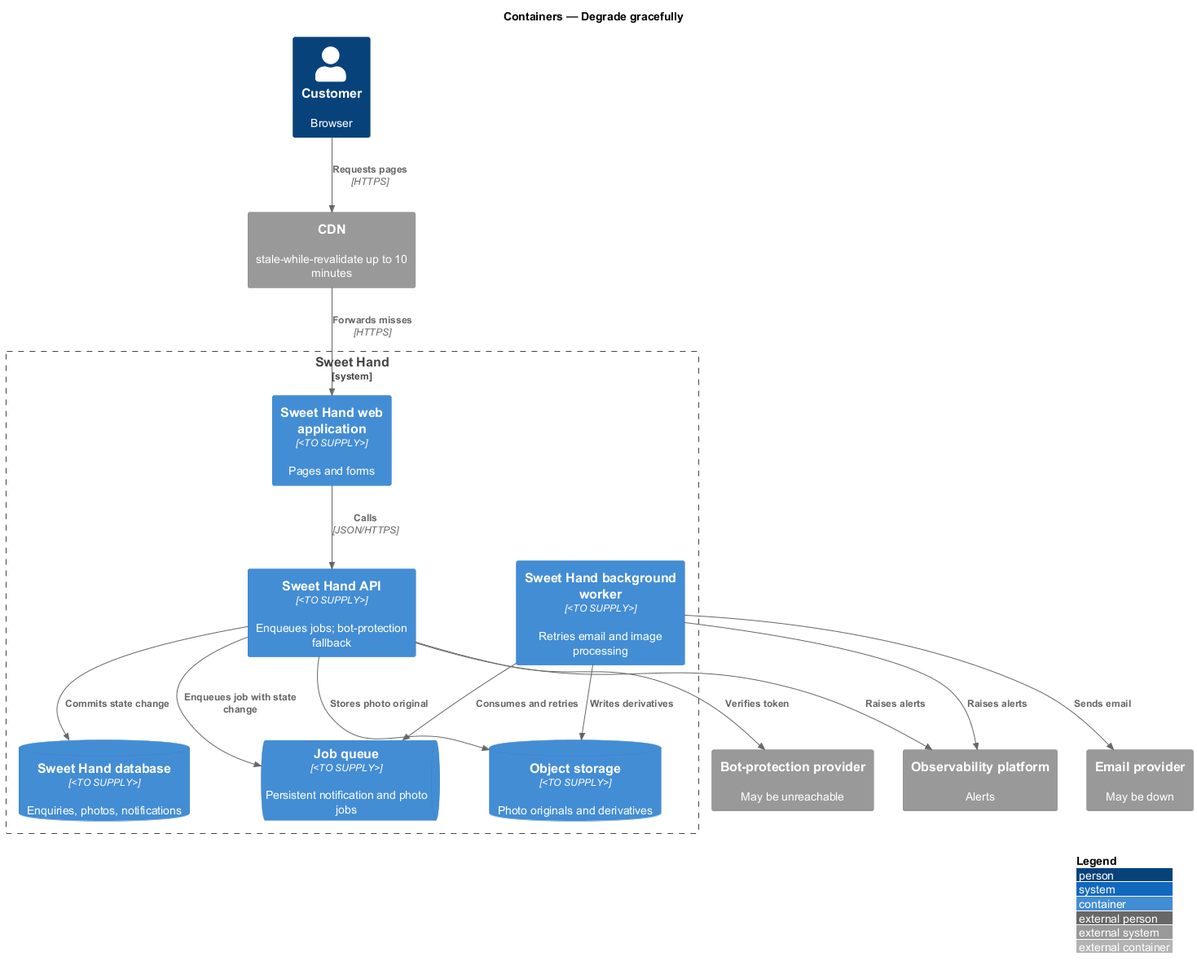
Earlier version of the PlantUML export docs/detailed-designs/platform/degrade-gracefully/diagrams/c4-container.png (QuinntyneBrown/sweet-hand). Its diagram source:
```plantuml
@startuml
!include <C4/C4_Container>
LAYOUT_WITH_LEGEND()
title Containers — Degrade gracefully

Person(customer, "Customer", "Browser")
System_Ext(cdn, "CDN", "stale-while-revalidate up to 10 minutes")
System_Ext(email, "Email provider", "May be down")
System_Ext(bot, "Bot-protection provider", "May be unreachable")
System_Ext(obs, "Observability platform", "Alerts")
System_Boundary(sweethand, "Sweet Hand") {
  Container(web, "Sweet Hand web application", "<TO SUPPLY>", "Pages and forms")
  Container(api, "Sweet Hand API", "<TO SUPPLY>", "Enqueues jobs; bot-protection fallback")
  ContainerDb(db, "Sweet Hand database", "<TO SUPPLY>", "Enquiries, photos, notifications")
  ContainerQueue(queue, "Job queue", "<TO SUPPLY>", "Persistent notification and photo jobs")
  Container(worker, "Sweet Hand background worker", "<TO SUPPLY>", "Retries email and image processing")
  ContainerDb(storage, "Object storage", "<TO SUPPLY>", "Photo originals and derivatives")
}

Rel(customer, cdn, "Requests pages", "HTTPS")
Rel(cdn, web, "Forwards misses", "HTTPS")
Rel(web, api, "Calls", "JSON/HTTPS")
Rel(api, db, "Commits state change")
Rel(api, queue, "Enqueues job with state change")
Rel(api, storage, "Stores photo original")
Rel(api, bot, "Verifies token")
Rel(worker, queue, "Consumes and retries")
Rel(worker, email, "Sends email")
Rel(worker, storage, "Writes derivatives")
Rel(api, obs, "Raises alerts")
Rel(worker, obs, "Raises alerts")
@enduml
```
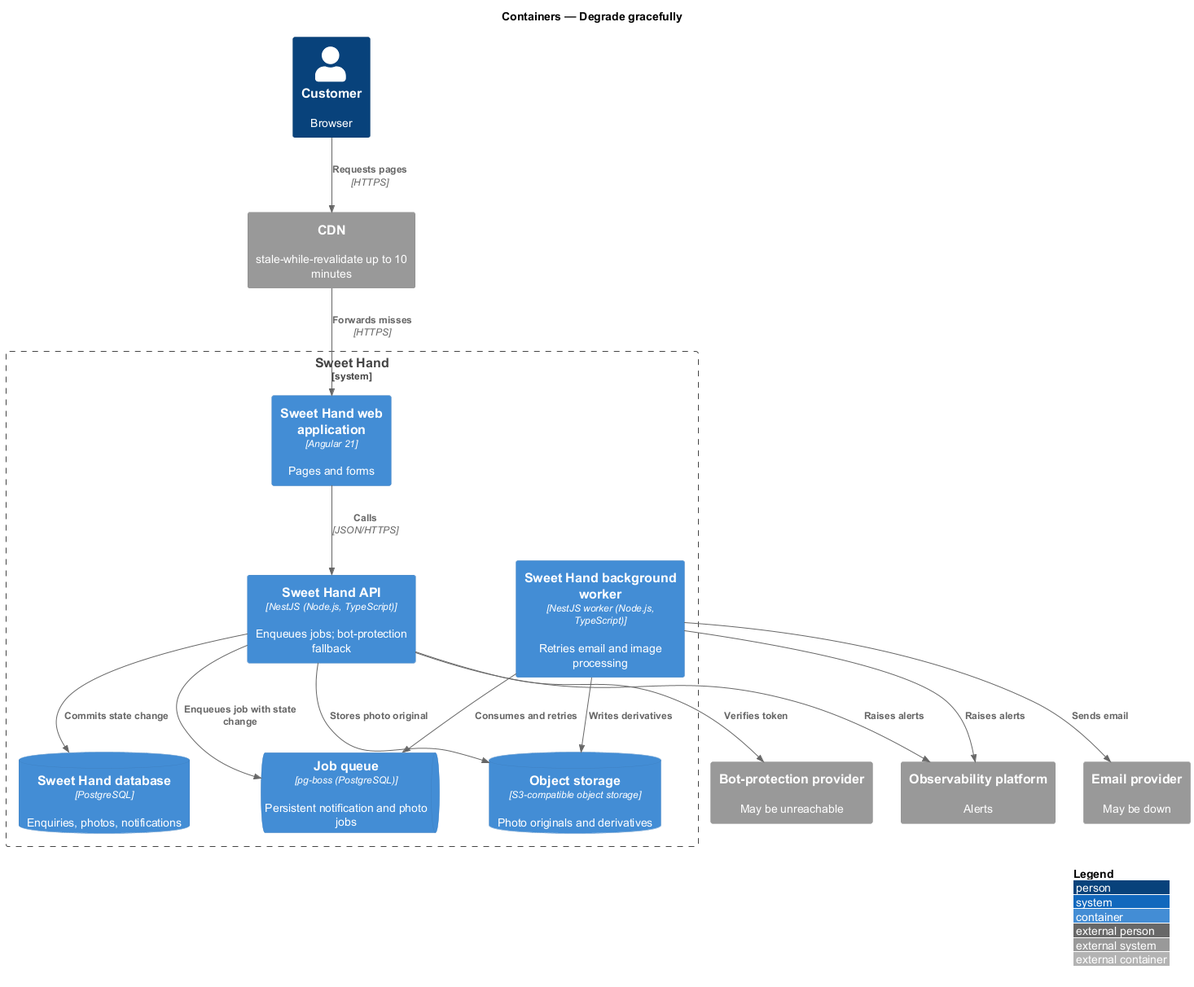
After the change.

Diff of the diagram source:
```diff
@@ -9,12 +9,12 @@
 System_Ext(bot, "Bot-protection provider", "May be unreachable")
 System_Ext(obs, "Observability platform", "Alerts")
 System_Boundary(sweethand, "Sweet Hand") {
-  Container(web, "Sweet Hand web application", "<TO SUPPLY>", "Pages and forms")
-  Container(api, "Sweet Hand API", "<TO SUPPLY>", "Enqueues jobs; bot-protection fallback")
-  ContainerDb(db, "Sweet Hand database", "<TO SUPPLY>", "Enquiries, photos, notifications")
-  ContainerQueue(queue, "Job queue", "<TO SUPPLY>", "Persistent notification and photo jobs")
-  Container(worker, "Sweet Hand background worker", "<TO SUPPLY>", "Retries email and image processing")
-  ContainerDb(storage, "Object storage", "<TO SUPPLY>", "Photo originals and derivatives")
+  Container(web, "Sweet Hand web application", "Angular 21", "Pages and forms")
+  Container(api, "Sweet Hand API", "NestJS (Node.js, TypeScript)", "Enqueues jobs; bot-protection fallback")
+  ContainerDb(db, "Sweet Hand database", "PostgreSQL", "Enquiries, photos, notifications")
+  ContainerQueue(queue, "Job queue", "pg-boss (PostgreSQL)", "Persistent notification and photo jobs")
+  Container(worker, "Sweet Hand background worker", "NestJS worker (Node.js, TypeScript)", "Retries email and image processing")
+  ContainerDb(storage, "Object storage", "S3-compatible object storage", "Photo originals and derivatives")
 }
 
 Rel(customer, cdn, "Requests pages", "HTTPS")
```
